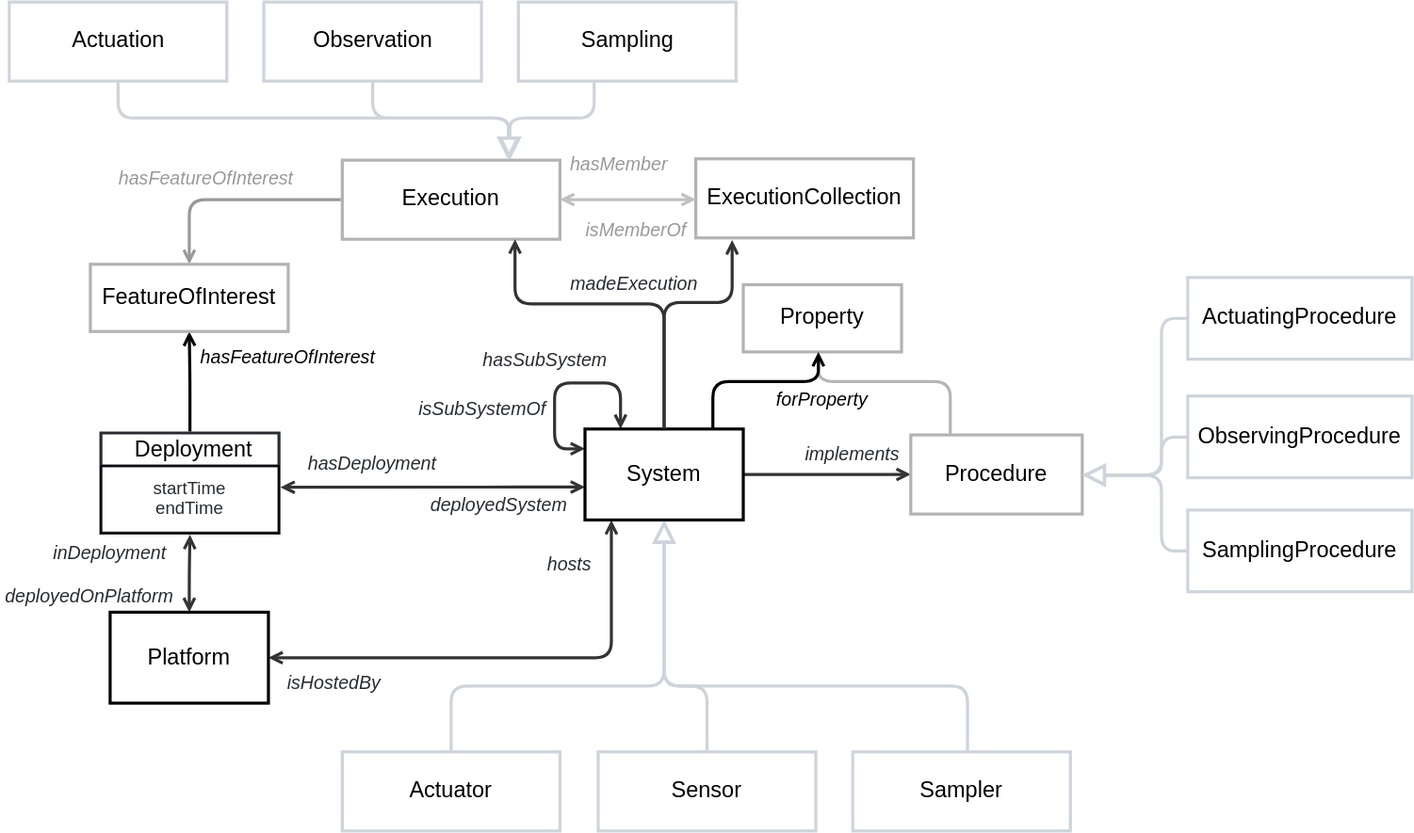
Above: ssn/images/System.svg in afeliachi/sdw-sosa-ssn (draw.io), before the change. Source tidied: cells renumbered, new cells last; positions are measured from the earlier drawing's top-left corner, leaving out a move shared by most shapes.
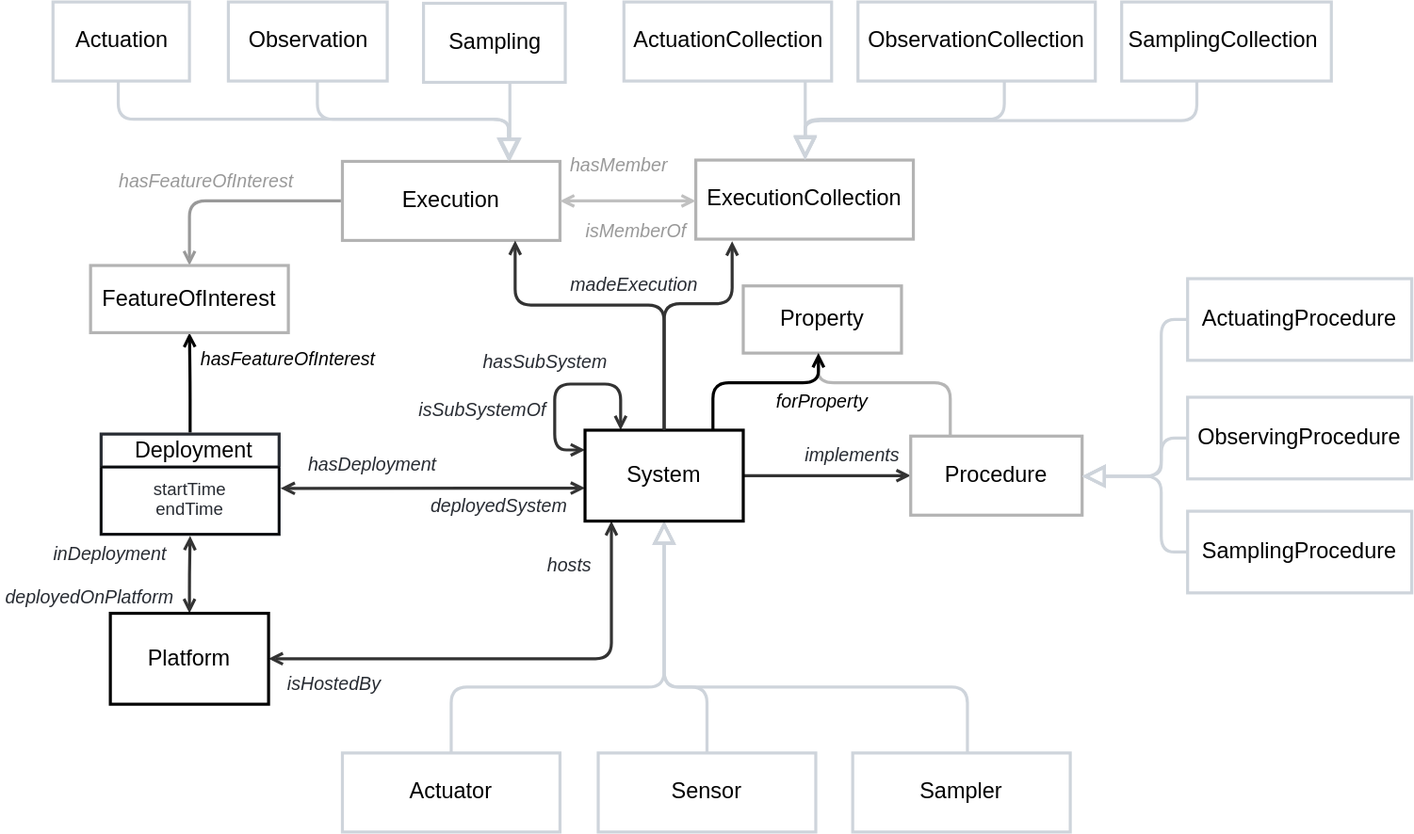
Above is the later version.

Commit message:
Fix some broken links Update System/Deployment figure Other minor changes

Change to the diagram source:
```diff
@@ -102,7 +102,7 @@
     <mxCell id="22" style="html=1;jettySize=18;whiteSpace=wrap;fontSize=13;strokeColor=#ced4db;strokeOpacity=100;strokeWidth=2.3;rounded=1;arcSize=24;edgeStyle=orthogonalEdgeStyle;startArrow=none;lucidId=19IzlvXlyOFM;endArrow=block;endFill=0;endSize=12;" parent="1" edge="1" source="49" target="26">
       <mxGeometry relative="1" as="geometry">
         <Array as="points">
-          <mxPoint x="282" y="88" />
+          <mxPoint x="240" y="88" />
           <mxPoint x="385" y="88" />
         </Array>
       </mxGeometry>
@@ -110,16 +110,16 @@
     <mxCell id="23" style="html=1;jettySize=18;whiteSpace=wrap;fontSize=13;strokeColor=#ced4db;strokeOpacity=100;strokeWidth=2.3;rounded=1;arcSize=24;edgeStyle=orthogonalEdgeStyle;startArrow=none;lucidId=19IzR~oU~BUy;endArrow=block;endFill=0;endSize=12;" parent="1" edge="1" source="25" target="26">
       <mxGeometry relative="1" as="geometry">
         <Array as="points">
-          <mxPoint x="450" y="88" />
-          <mxPoint x="386" y="88" />
+          <mxPoint x="386" y="68" />
+          <mxPoint x="386" y="68" />
         </Array>
       </mxGeometry>
     </mxCell>
     <mxCell id="24" value="Actuation" style="html=1;overflow=block;blockSpacing=1;whiteSpace=wrap;fontSize=16.8;align=center;spacing=0;strokeColor=#ced4db;strokeOpacity=100;fillColor=none;strokeWidth=2.3;" parent="1" vertex="1">
-      <mxGeometry x="6.5" width="165" height="60" as="geometry" />
+      <mxGeometry x="39.5" y="-1" width="103.5" height="60" as="geometry" />
     </mxCell>
     <mxCell id="25" value="Sampling" style="html=1;overflow=block;blockSpacing=1;whiteSpace=wrap;fontSize=16.8;align=center;spacing=0;strokeColor=#ced4db;strokeOpacity=100;fillColor=none;strokeWidth=2.3;" parent="1" vertex="1">
-      <mxGeometry x="392.5" width="165" height="60" as="geometry" />
+      <mxGeometry x="320.5" width="107.5" height="60" as="geometry" />
     </mxCell>
     <mxCell id="26" value="Execution" style="html=1;overflow=block;blockSpacing=1;whiteSpace=wrap;fontSize=16.8;align=center;spacing=0;strokeColor=#B3B3B3;strokeOpacity=100;fillColor=none;strokeWidth=2.3;" parent="1" vertex="1">
       <mxGeometry x="259" y="120" width="165" height="60" as="geometry" />
@@ -221,7 +221,7 @@
       </mxGeometry>
     </mxCell>
     <mxCell id="49" value="Observation" style="html=1;overflow=block;blockSpacing=1;whiteSpace=wrap;fontSize=16.8;align=center;spacing=0;strokeColor=#ced4db;strokeOpacity=100;fillColor=none;strokeWidth=2.3;" parent="1" vertex="1">
-      <mxGeometry x="199.5" width="165" height="60" as="geometry" />
+      <mxGeometry x="172.5" y="-1" width="120.5" height="60" as="geometry" />
     </mxCell>
     <mxCell id="50" style="html=1;jettySize=18;whiteSpace=wrap;fontSize=13;strokeOpacity=100;strokeWidth=2.3;rounded=1;arcSize=24;edgeStyle=orthogonalEdgeStyle;startArrow=none;endArrow=open;lucidId=9-flTu~Lg0YT;" parent="1" edge="1" source="39" target="40">
       <mxGeometry relative="1" as="geometry">
@@ -256,5 +256,39 @@
     <mxCell id="55" value="isMemberOf" style="html=1;overflow=block;blockSpacing=1;whiteSpace=wrap;fontSize=14;fontStyle=2;align=center;spacing=0;strokeColor=none;strokeOpacity=100;fillOpacity=100;fillColor=none;strokeWidth=2.3;lucidId=XeRsih5BFdr0;fontColor=#999999;" parent="1" vertex="1">
       <mxGeometry x="437" y="158" width="90" height="30" as="geometry" />
     </mxCell>
+    <mxCell id="56" style="html=1;jettySize=18;whiteSpace=wrap;fontSize=13;strokeColor=#ced4db;strokeOpacity=100;strokeWidth=2.3;rounded=1;arcSize=24;edgeStyle=orthogonalEdgeStyle;startArrow=none;lucidId=19IzlvXlyOFM;endArrow=block;endFill=0;endSize=12;" parent="1" edge="1" source="61">
+      <mxGeometry relative="1" as="geometry">
+        <mxPoint x="610" y="119" as="targetPoint" />
+        <Array as="points">
+          <mxPoint x="761" y="88" />
+          <mxPoint x="610" y="88" />
+        </Array>
+      </mxGeometry>
+    </mxCell>
+    <mxCell id="57" style="html=1;jettySize=18;whiteSpace=wrap;fontSize=13;strokeColor=#ced4db;strokeOpacity=100;strokeWidth=2.3;rounded=1;arcSize=24;edgeStyle=orthogonalEdgeStyle;startArrow=none;lucidId=19IzR~oU~BUy;endArrow=block;endFill=0;endSize=12;" parent="1" edge="1" source="59">
+      <mxGeometry relative="1" as="geometry">
+        <mxPoint x="610" y="119" as="targetPoint" />
+        <Array as="points">
+          <mxPoint x="907" y="89" />
+        </Array>
+      </mxGeometry>
+    </mxCell>
+    <mxCell id="58" value="ActuationCollection" style="html=1;overflow=block;blockSpacing=1;whiteSpace=wrap;fontSize=16.8;align=center;spacing=0;strokeColor=#ced4db;strokeOpacity=100;fillColor=none;strokeWidth=2.3;" parent="1" vertex="1">
+      <mxGeometry x="472.5" y="-1" width="157.5" height="60" as="geometry" />
+    </mxCell>
+    <mxCell id="59" value="SamplingCollection&amp;nbsp;" style="html=1;overflow=block;blockSpacing=1;whiteSpace=wrap;fontSize=16.8;align=center;spacing=0;strokeColor=#ced4db;strokeOpacity=100;fillColor=none;strokeWidth=2.3;" parent="1" vertex="1">
+      <mxGeometry x="850" y="-1" width="159" height="60" as="geometry" />
+    </mxCell>
+    <mxCell id="60" style="html=1;jettySize=18;whiteSpace=wrap;fontSize=13;strokeColor=#ced4db;strokeOpacity=100;strokeWidth=2.3;rounded=1;arcSize=24;edgeStyle=orthogonalEdgeStyle;startArrow=none;lucidId=19IzrMP1ooRS;endArrow=block;endFill=0;endSize=12;" parent="1" edge="1" source="58">
+      <mxGeometry relative="1" as="geometry">
+        <mxPoint x="610" y="118" as="targetPoint" />
+        <Array as="points">
+          <mxPoint x="610" y="119" />
+        </Array>
+      </mxGeometry>
+    </mxCell>
+    <mxCell id="61" value="ObservationCollection" style="html=1;overflow=block;blockSpacing=1;whiteSpace=wrap;fontSize=16.8;align=center;spacing=0;strokeColor=#ced4db;strokeOpacity=100;fillColor=none;strokeWidth=2.3;" parent="1" vertex="1">
+      <mxGeometry x="650" y="-1" width="180" height="60" as="geometry" />
+    </mxCell>
   </root>
 </mxGraphModel>
```
